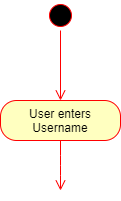
This is Diagrams/Activity Diagrams/User Login.png from kkasharaj17/SE-project, a draw.io export, as it was before one commit. Source tidied: cells renumbered, new cells last; positions are measured from the earlier drawing's top-left corner, leaving out a move shared by most shapes.
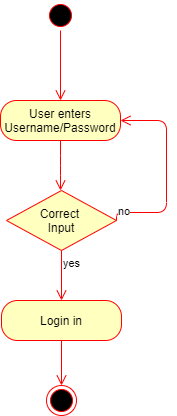
Above is the later version.

Diff of the diagram source:
```diff
@@ -10,7 +10,7 @@
         <mxPoint x="60" y="100" as="targetPoint" />
       </mxGeometry>
     </mxCell>
-    <mxCell id="4" value="User enters Username" style="rounded=1;whiteSpace=wrap;html=1;arcSize=40;fontColor=#000000;fillColor=#ffffc0;strokeColor=#ff0000;" parent="1" vertex="1">
+    <mxCell id="4" value="User enters Username/Password" style="rounded=1;whiteSpace=wrap;html=1;arcSize=40;fontColor=#000000;fillColor=#ffffc0;strokeColor=#ff0000;" parent="1" vertex="1">
       <mxGeometry y="100" width="120" height="40" as="geometry" />
     </mxCell>
     <mxCell id="5" style="edgeStyle=elbowEdgeStyle;html=1;verticalAlign=bottom;endArrow=open;endSize=8;strokeColor=#ff0000;" parent="1" edge="1" source="4">
@@ -18,5 +18,30 @@
         <mxPoint x="60" y="190" as="targetPoint" />
       </mxGeometry>
     </mxCell>
+    <mxCell id="6" value="Correct &lt;br&gt;Input" style="rhombus;whiteSpace=wrap;html=1;fillColor=#ffffc0;strokeColor=#ff0000;" parent="1" vertex="1">
+      <mxGeometry x="6" y="190" width="110" height="60" as="geometry" />
+    </mxCell>
+    <mxCell id="7" value="no" style="edgeStyle=orthogonalEdgeStyle;html=1;align=left;verticalAlign=bottom;endArrow=open;endSize=8;strokeColor=#ff0000;entryX=1;entryY=0.5;entryDx=0;entryDy=0;exitX=1;exitY=0.5;exitDx=0;exitDy=0;" parent="1" edge="1" source="6" target="4">
+      <mxGeometry x="-1" relative="1" as="geometry">
+        <Array as="points">
+          <mxPoint x="166" y="212" />
+          <mxPoint x="166" y="120" />
+        </Array>
+      </mxGeometry>
+    </mxCell>
+    <mxCell id="8" value="yes" style="edgeStyle=orthogonalEdgeStyle;html=1;align=left;verticalAlign=top;endArrow=open;endSize=8;strokeColor=#ff0000;" parent="1" edge="1" source="6">
+      <mxGeometry x="-1" relative="1" as="geometry">
+        <mxPoint x="61" y="300" as="targetPoint" />
+      </mxGeometry>
+    </mxCell>
+    <mxCell id="9" value="Login in" style="rounded=1;whiteSpace=wrap;html=1;arcSize=40;fontColor=#000000;fillColor=#ffffc0;strokeColor=#ff0000;" parent="1" vertex="1">
+      <mxGeometry x="1" y="300" width="120" height="40" as="geometry" />
+    </mxCell>
+    <mxCell id="10" style="edgeStyle=orthogonalEdgeStyle;html=1;verticalAlign=bottom;endArrow=open;endSize=8;strokeColor=#ff0000;" parent="1" edge="1" source="9" target="11">
+      <mxGeometry relative="1" as="geometry" />
+    </mxCell>
+    <mxCell id="11" style="ellipse;html=1;shape=endState;fillColor=#000000;strokeColor=#ff0000;" parent="1" vertex="1">
+      <mxGeometry x="46" y="385" width="30" height="30" as="geometry" />
+    </mxCell>
   </root>
 </mxGraphModel>
```
